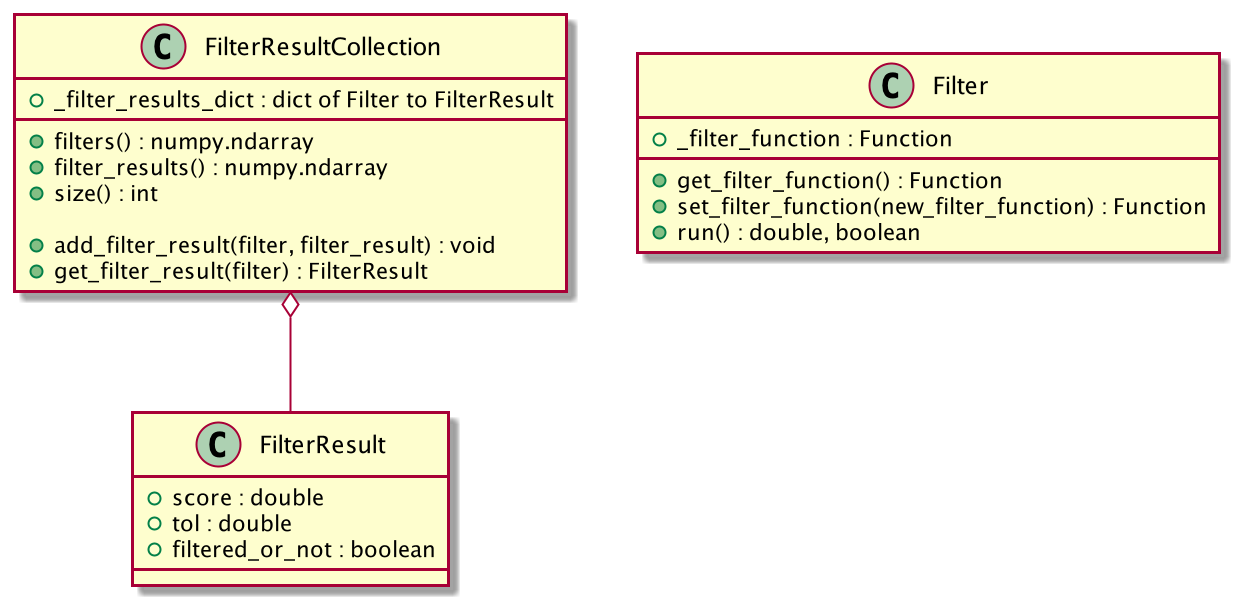
sys-bio/SBviper keeps this PlantUML diagram as fr_frc.png. Above is the earlier version.
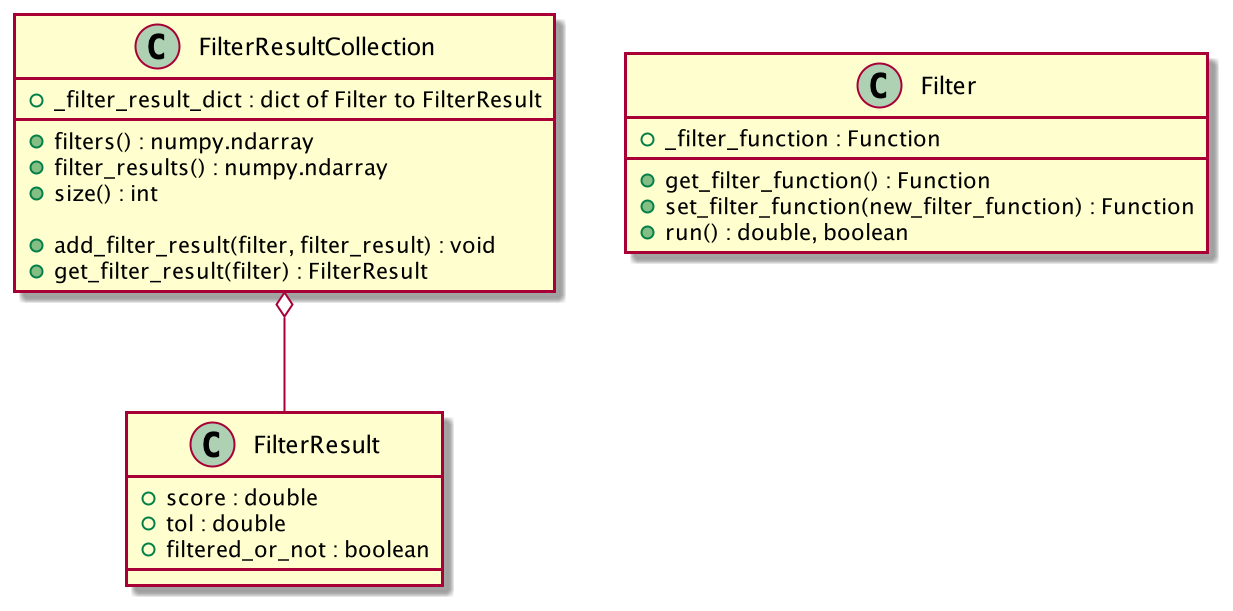
The same file after the commit.

What changed in the source:
```diff
@@ -4,7 +4,7 @@
 
 
 class FilterResultCollection {
-    +_filter_results_dict : dict of Filter to FilterResult
+    +_filter_result_dict : dict of Filter to FilterResult
     +filters() : numpy.ndarray
     +filter_results() : numpy.ndarray
     +size() : int
```
